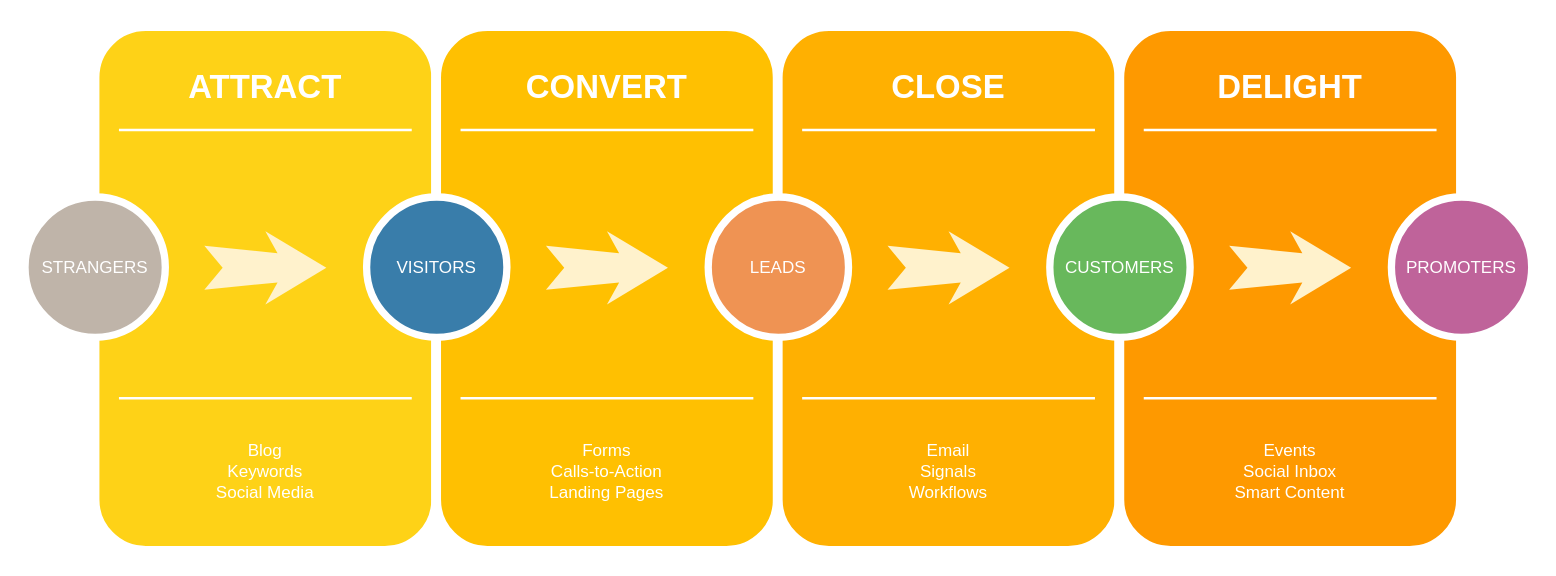
Charles886/DrawIO keeps this draw.io diagram as Huawei ASN Label.drawio. Above is the earlier version. Source tidied: cells renumbered, new cells numbered last; positions are measured from the earlier drawing's top-left corner, leaving out a move shared by most shapes. Both pictures are drawn from the tidied source at 122%, with x=0, y=0 at pixel (24, 26).
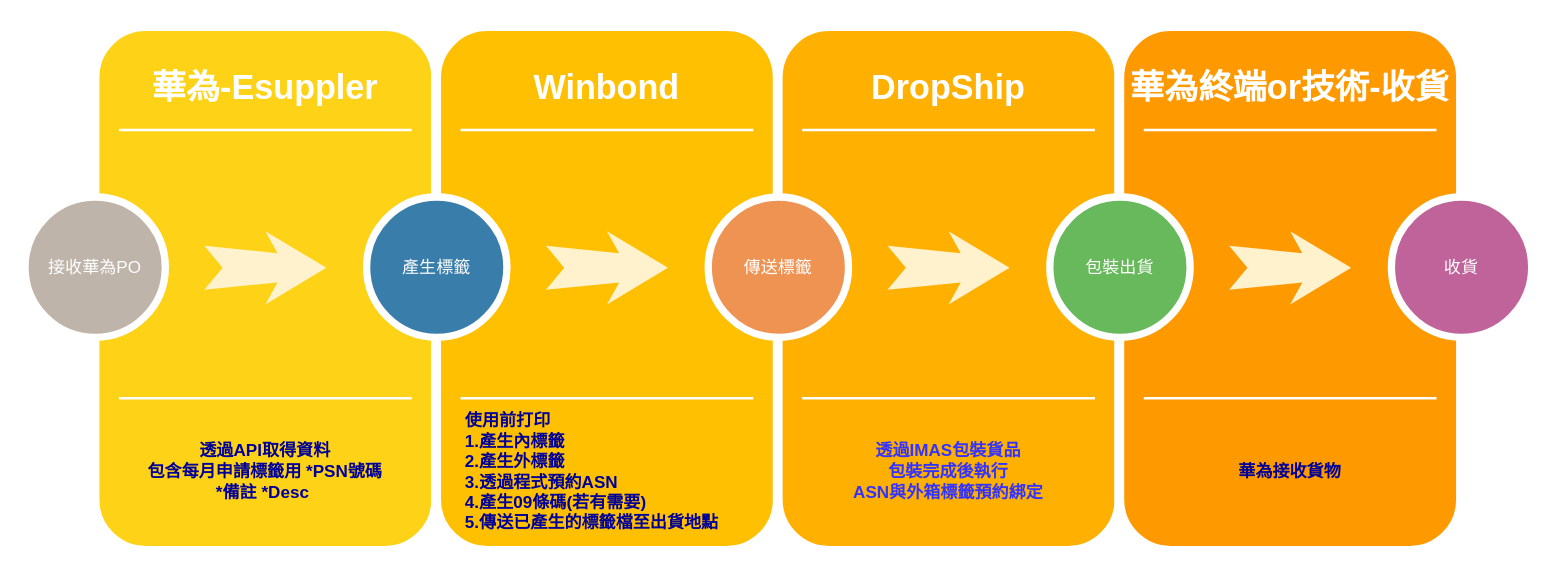
After the change.

The edit, as a diff of the source:
```diff
@@
-    <mxCell id="3" value="ATTRACT" style="text;html=1;strokeColor=none;fillColor=none;align=center;verticalAlign=middle;whiteSpace=wrap;rounded=0;shadow=0;fontSize=27;fontColor=#FFFFFF;fontStyle=1;" parent="1" vertex="1">
+    <mxCell id="3" value="華為-Esuppler" style="text;html=1;strokeColor=none;fillColor=none;align=center;verticalAlign=middle;whiteSpace=wrap;rounded=0;shadow=0;fontSize=28;fontColor=#FFFFFF;fontStyle=1;" parent="1" vertex="1">
       <mxGeometry x="57" y="20" width="280" height="60" as="geometry" />
     </mxCell>
-    <mxCell id="4" value="Blog&lt;div&gt;Keywords&lt;/div&gt;&lt;div&gt;Social Media&lt;/div&gt;" style="text;html=1;strokeColor=none;fillColor=none;align=center;verticalAlign=middle;whiteSpace=wrap;rounded=0;shadow=0;fontSize=14;fontColor=#FFFFFF;" parent="1" vertex="1">
+    <mxCell id="4" value="&lt;span style=&quot;font-size: 14px;&quot;&gt;透過API取得資料&lt;br style=&quot;font-size: 14px;&quot;&gt;包含每月申請標籤用 *PSN號碼&lt;br style=&quot;font-size: 14px;&quot;&gt;*備註 *Desc&amp;nbsp;&lt;/span&gt;" style="text;strokeColor=none;fillColor=none;align=center;verticalAlign=middle;rounded=0;shadow=0;fontSize=14;fontColor=#000099;fontStyle=1;labelBackgroundColor=none;whiteSpace=wrap;html=1;" parent="1" vertex="1">
       <mxGeometry x="57" y="320" width="280" height="90" as="geometry" />
     </mxCell>
@@
-    <mxCell id="7" value="STRANGERS" style="ellipse;whiteSpace=wrap;html=1;rounded=0;shadow=0;strokeWidth=6;fontSize=14;align=center;fillColor=#BFB4A9;strokeColor=#FFFFFF;fontColor=#FFFFFF;" parent="1" vertex="1">
+    <mxCell id="7" value="接收華為PO" style="ellipse;whiteSpace=wrap;html=1;rounded=0;shadow=0;strokeWidth=6;fontSize=14;align=center;fillColor=#BFB4A9;strokeColor=#FFFFFF;fontColor=#FFFFFF;" parent="1" vertex="1">
       <mxGeometry y="140" width="115" height="115" as="geometry" />
     </mxCell>
@@
-    <mxCell id="10" value="CONVERT" style="text;html=1;strokeColor=none;fillColor=none;align=center;verticalAlign=middle;whiteSpace=wrap;rounded=0;shadow=0;fontSize=27;fontColor=#FFFFFF;fontStyle=1;" parent="1" vertex="1">
+    <mxCell id="10" value="Winbond" style="text;html=1;strokeColor=none;fillColor=none;align=center;verticalAlign=middle;whiteSpace=wrap;rounded=0;shadow=0;fontSize=28;fontColor=#FFFFFF;fontStyle=1;" parent="1" vertex="1">
       <mxGeometry x="337" y="20" width="280" height="60" as="geometry" />
     </mxCell>
-    <mxCell id="11" value="Forms&lt;div&gt;Calls-to-Action&lt;/div&gt;&lt;div&gt;Landing Pages&lt;/div&gt;" style="text;html=1;strokeColor=none;fillColor=none;align=center;verticalAlign=middle;whiteSpace=wrap;rounded=0;shadow=0;fontSize=14;fontColor=#FFFFFF;" parent="1" vertex="1">
-      <mxGeometry x="337" y="320" width="280" height="90" as="geometry" />
+    <mxCell id="11" value="使用前打印&lt;br&gt;1.產生內標籤&lt;br&gt;2.產生外標籤&lt;br&gt;3.透過程式預約ASN&lt;br&gt;4.產生09條碼(若有需要)&lt;br&gt;5.傳送已產生的標籤檔至出貨地點&lt;br&gt;" style="text;html=1;strokeColor=none;fillColor=none;align=left;verticalAlign=middle;whiteSpace=wrap;rounded=0;shadow=0;fontSize=14;fontColor=#000099;fontStyle=1;" parent="1" vertex="1">
+      <mxGeometry x="359" y="320" width="274" height="90" as="geometry" />
     </mxCell>
@@
-    <mxCell id="14" value="VISITORS" style="ellipse;whiteSpace=wrap;html=1;rounded=0;shadow=0;strokeWidth=6;fontSize=14;align=center;fillColor=#397DAA;strokeColor=#FFFFFF;fontColor=#FFFFFF;" parent="1" vertex="1">
+    <mxCell id="14" value="產生標籤" style="ellipse;whiteSpace=wrap;html=1;rounded=0;shadow=0;strokeWidth=6;fontSize=14;align=center;fillColor=#397DAA;strokeColor=#FFFFFF;fontColor=#FFFFFF;" parent="1" vertex="1">
       <mxGeometry x="280" y="140" width="115" height="115" as="geometry" />
     </mxCell>
@@
-    <mxCell id="17" value="CLOSE" style="text;html=1;strokeColor=none;fillColor=none;align=center;verticalAlign=middle;whiteSpace=wrap;rounded=0;shadow=0;fontSize=27;fontColor=#FFFFFF;fontStyle=1;" parent="1" vertex="1">
+    <mxCell id="17" value="DropShip" style="text;html=1;strokeColor=none;fillColor=none;align=center;verticalAlign=middle;whiteSpace=wrap;rounded=0;shadow=0;fontSize=28;fontColor=#FFFFFF;fontStyle=1;" parent="1" vertex="1">
       <mxGeometry x="617" y="20" width="280" height="60" as="geometry" />
     </mxCell>
-    <mxCell id="18" value="Email&lt;div&gt;Signals&lt;/div&gt;&lt;div&gt;Workflows&lt;/div&gt;" style="text;html=1;strokeColor=none;fillColor=none;align=center;verticalAlign=middle;whiteSpace=wrap;rounded=0;shadow=0;fontSize=14;fontColor=#FFFFFF;" parent="1" vertex="1">
+    <mxCell id="18" value="透過IMAS包裝貨品&lt;br&gt;包裝完成後執行&lt;br&gt;ASN與外箱標籤預約綁定" style="text;html=1;strokeColor=none;fillColor=none;align=center;verticalAlign=middle;whiteSpace=wrap;rounded=0;shadow=0;fontSize=14;fontColor=#3333FF;fontStyle=1;" parent="1" vertex="1">
       <mxGeometry x="617" y="320" width="280" height="90" as="geometry" />
     </mxCell>
@@
-    <mxCell id="21" value="LEADS" style="ellipse;whiteSpace=wrap;html=1;rounded=0;shadow=0;strokeWidth=6;fontSize=14;align=center;fillColor=#EF9353;strokeColor=#FFFFFF;fontColor=#FFFFFF;" parent="1" vertex="1">
+    <mxCell id="21" value="傳送標籤" style="ellipse;whiteSpace=wrap;html=1;rounded=0;shadow=0;strokeWidth=6;fontSize=14;align=center;fillColor=#EF9353;strokeColor=#FFFFFF;fontColor=#FFFFFF;" parent="1" vertex="1">
       <mxGeometry x="560" y="140" width="115" height="115" as="geometry" />
     </mxCell>
@@
-    <mxCell id="24" value="DELIGHT" style="text;html=1;strokeColor=none;fillColor=none;align=center;verticalAlign=middle;whiteSpace=wrap;rounded=0;shadow=0;fontSize=27;fontColor=#FFFFFF;fontStyle=1;" parent="1" vertex="1">
+    <mxCell id="24" value="華為終端or技術-收貨" style="text;html=1;strokeColor=none;fillColor=none;align=center;verticalAlign=middle;whiteSpace=wrap;rounded=0;shadow=0;fontSize=28;fontColor=#FFFFFF;fontStyle=1;" parent="1" vertex="1">
       <mxGeometry x="897" y="20" width="280" height="60" as="geometry" />
     </mxCell>
-    <mxCell id="25" value="Events&lt;div&gt;Social Inbox&lt;/div&gt;&lt;div&gt;Smart Content&lt;/div&gt;" style="text;html=1;strokeColor=none;fillColor=none;align=center;verticalAlign=middle;whiteSpace=wrap;rounded=0;shadow=0;fontSize=14;fontColor=#FFFFFF;" parent="1" vertex="1">
+    <mxCell id="25" value="華為接收貨物" style="text;html=1;strokeColor=none;fillColor=none;align=center;verticalAlign=middle;whiteSpace=wrap;rounded=0;shadow=0;fontSize=14;fontColor=#000099;fontStyle=1;" parent="1" vertex="1">
       <mxGeometry x="897" y="320" width="280" height="90" as="geometry" />
     </mxCell>
@@
-    <mxCell id="28" value="CUSTOMERS" style="ellipse;whiteSpace=wrap;html=1;rounded=0;shadow=0;strokeWidth=6;fontSize=14;align=center;fillColor=#68B85C;strokeColor=#FFFFFF;fontColor=#FFFFFF;" parent="1" vertex="1">
+    <mxCell id="28" value="包裝出貨" style="ellipse;whiteSpace=wrap;html=1;rounded=0;shadow=0;strokeWidth=6;fontSize=14;align=center;fillColor=#68B85C;strokeColor=#FFFFFF;fontColor=#FFFFFF;" parent="1" vertex="1">
       <mxGeometry x="840" y="140" width="115" height="115" as="geometry" />
     </mxCell>
@@
-    <mxCell id="30" value="PROMOTERS" style="ellipse;whiteSpace=wrap;html=1;rounded=0;shadow=0;strokeWidth=6;fontSize=14;align=center;fillColor=#BF639A;strokeColor=#FFFFFF;fontColor=#FFFFFF;" parent="1" vertex="1">
+    <mxCell id="30" value="收貨" style="ellipse;whiteSpace=wrap;html=1;rounded=0;shadow=0;strokeWidth=6;fontSize=14;align=center;fillColor=#BF639A;strokeColor=#FFFFFF;fontColor=#FFFFFF;" parent="1" vertex="1">
       <mxGeometry x="1120" y="140" width="115" height="115" as="geometry" />
     </mxCell>
```
